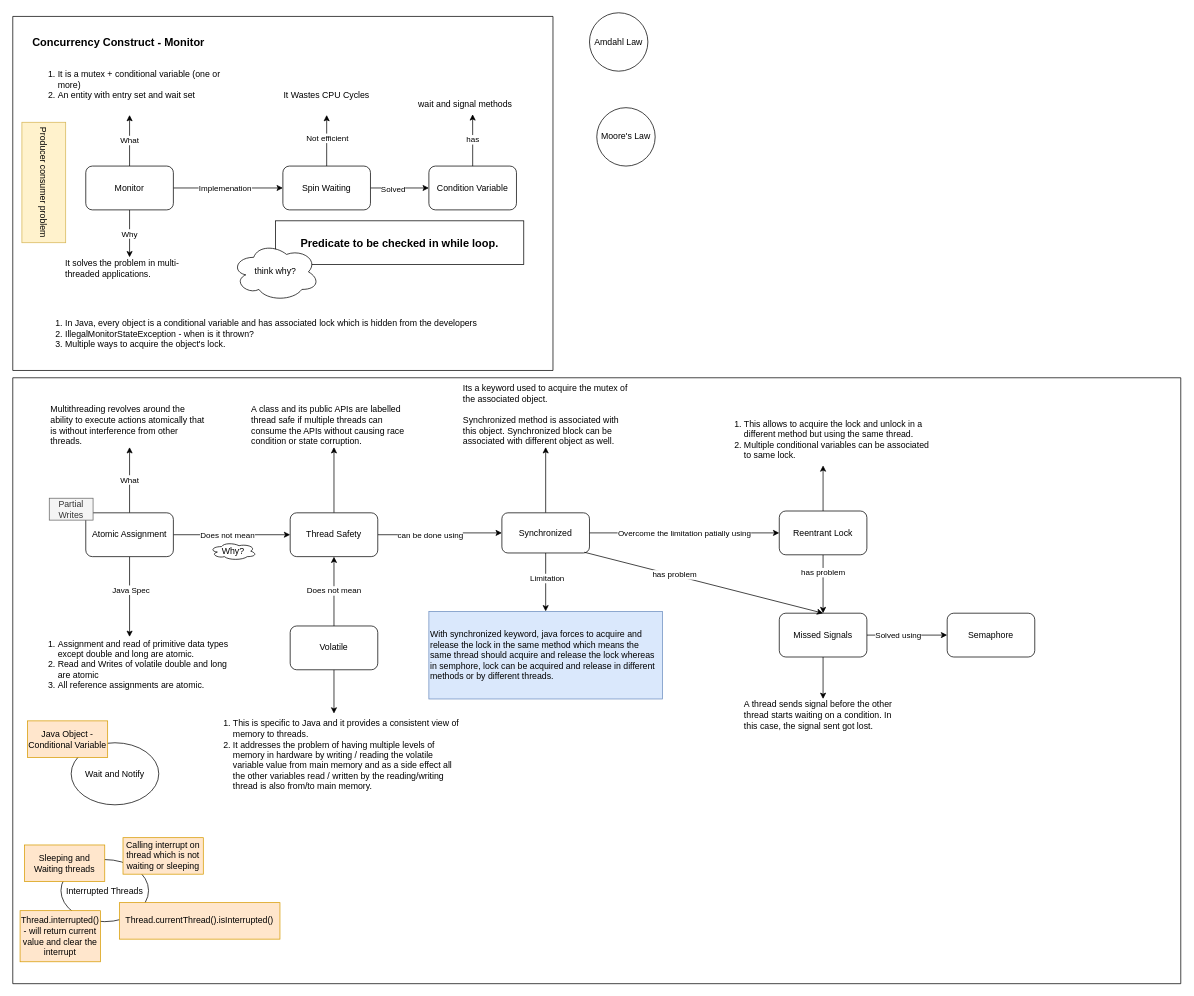
balaprojects/graphical_notes keeps this draw.io diagram as multithreading-java.drawio. Above is the earlier version. Source tidied: cells renumbered, new cells numbered last; positions are measured from the earlier drawing's top-left corner, leaving out a move shared by most shapes. Both pictures are drawn from the tidied source at 73%, with x=0, y=0 at pixel (-17, 12).
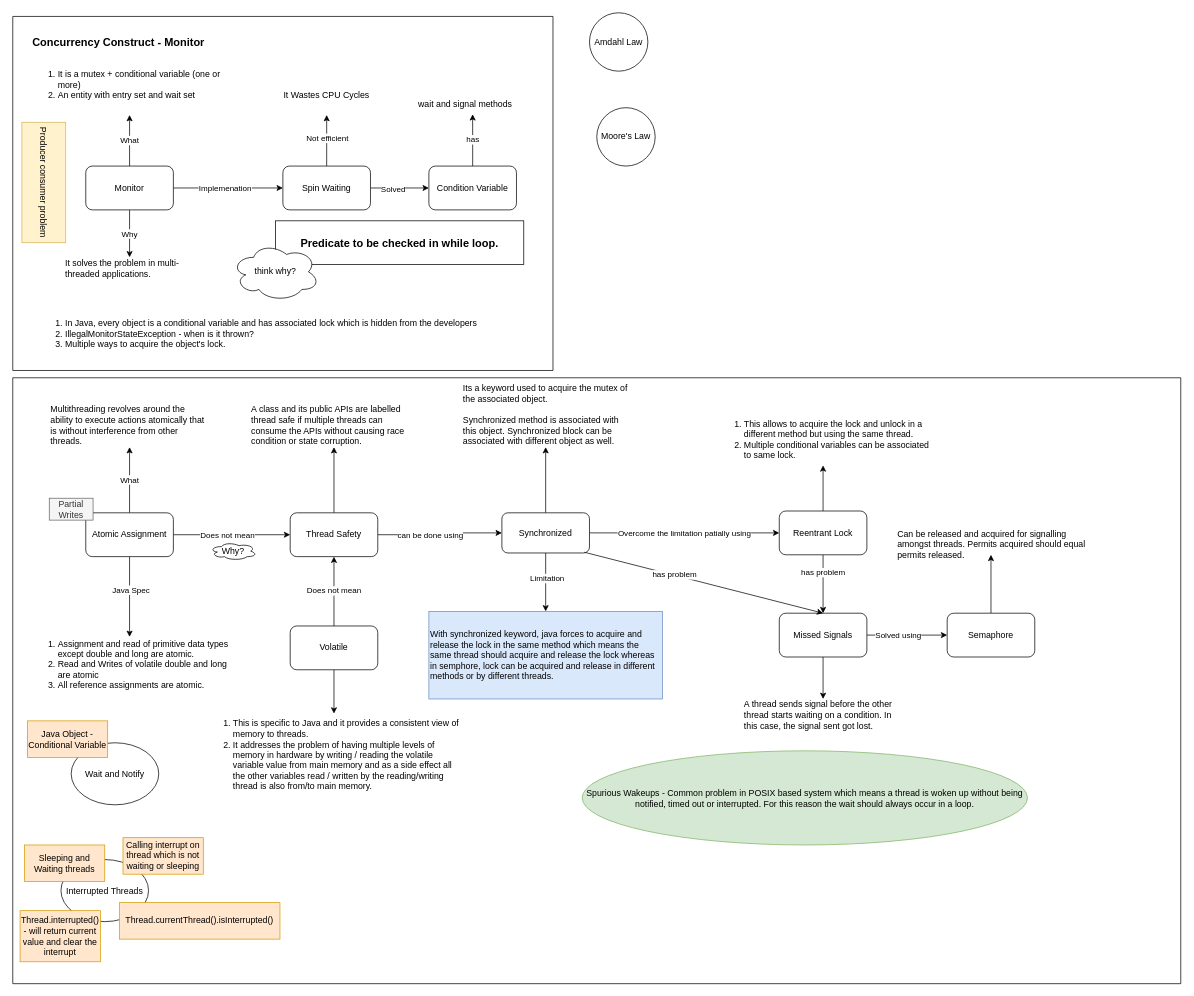
The same diagram, later.

The change refers to these unchanged cells:
```xml
<mxCell id="26" style="swimlane;startSize=0;" parent="1" vertex="1">
  <mxGeometry x="40" y="500" width="1600" height="830" as="geometry" />
</mxCell>
<mxCell id="73" value="Semaphore" style="whiteSpace=wrap;html=1;rounded=1;" parent="26" vertex="1">
  <mxGeometry x="1280" y="322.5" width="120" height="60" as="geometry" />
</mxCell>
```

What changed in the source:
```diff
@@
+    <mxCell id="74" style="edgeStyle=orthogonalEdgeStyle;rounded=0;jettySize=auto;html=1;entryX=0.5;entryY=1;entryDx=0;entryDy=0;" parent="26" edge="1" source="73" target="75">
+      <mxGeometry relative="1" as="geometry" />
+    </mxCell>
@@
+    <mxCell id="75" value="Can be released and acquired for signalling amongst threads. Permits acquired should equal permits released." style="text;html=1;align=left;verticalAlign=middle;whiteSpace=wrap;rounded=0;" parent="26" vertex="1">
+      <mxGeometry x="1210" y="212.5" width="260" height="30" as="geometry" />
+    </mxCell>
+    <mxCell id="76" value="Spurious Wakeups - Common problem in POSIX based system which means a thread is woken up without being notified, timed out or interrupted. For this reason the wait should always occur in a loop." style="ellipse;whiteSpace=wrap;html=1;fillColor=#d5e8d4;strokeColor=#82b366;" parent="26" vertex="1">
+      <mxGeometry x="780" y="511" width="610" height="129" as="geometry" />
+    </mxCell>
```
